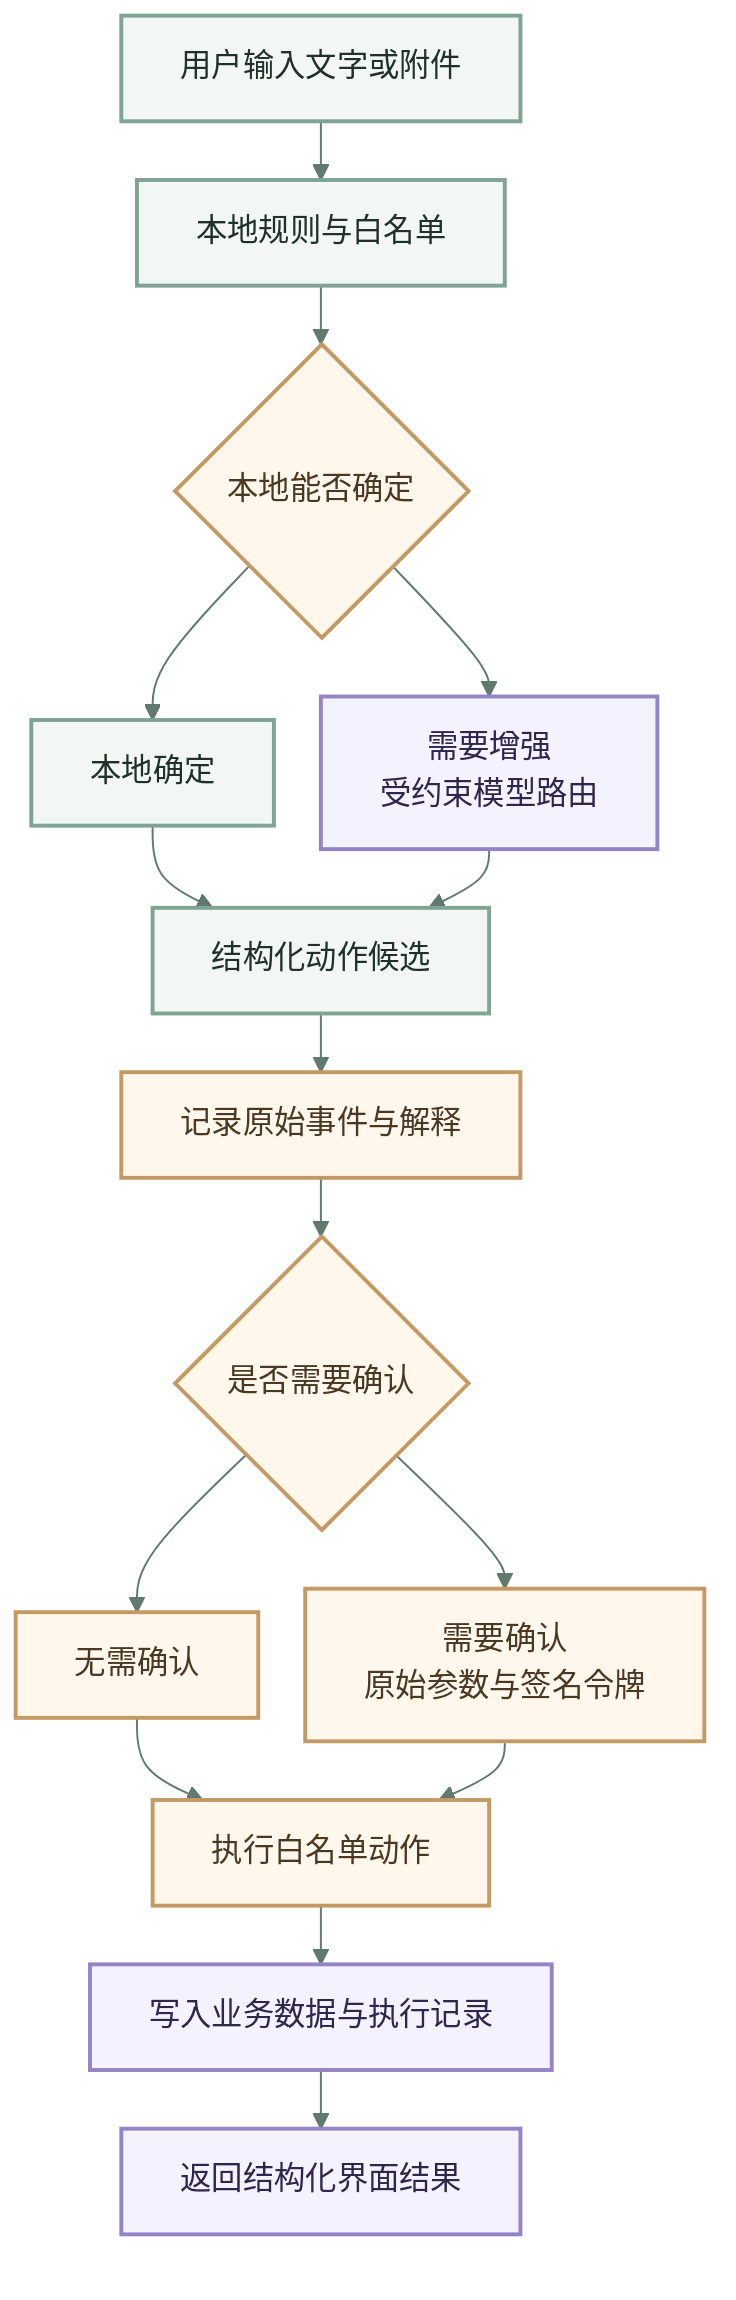
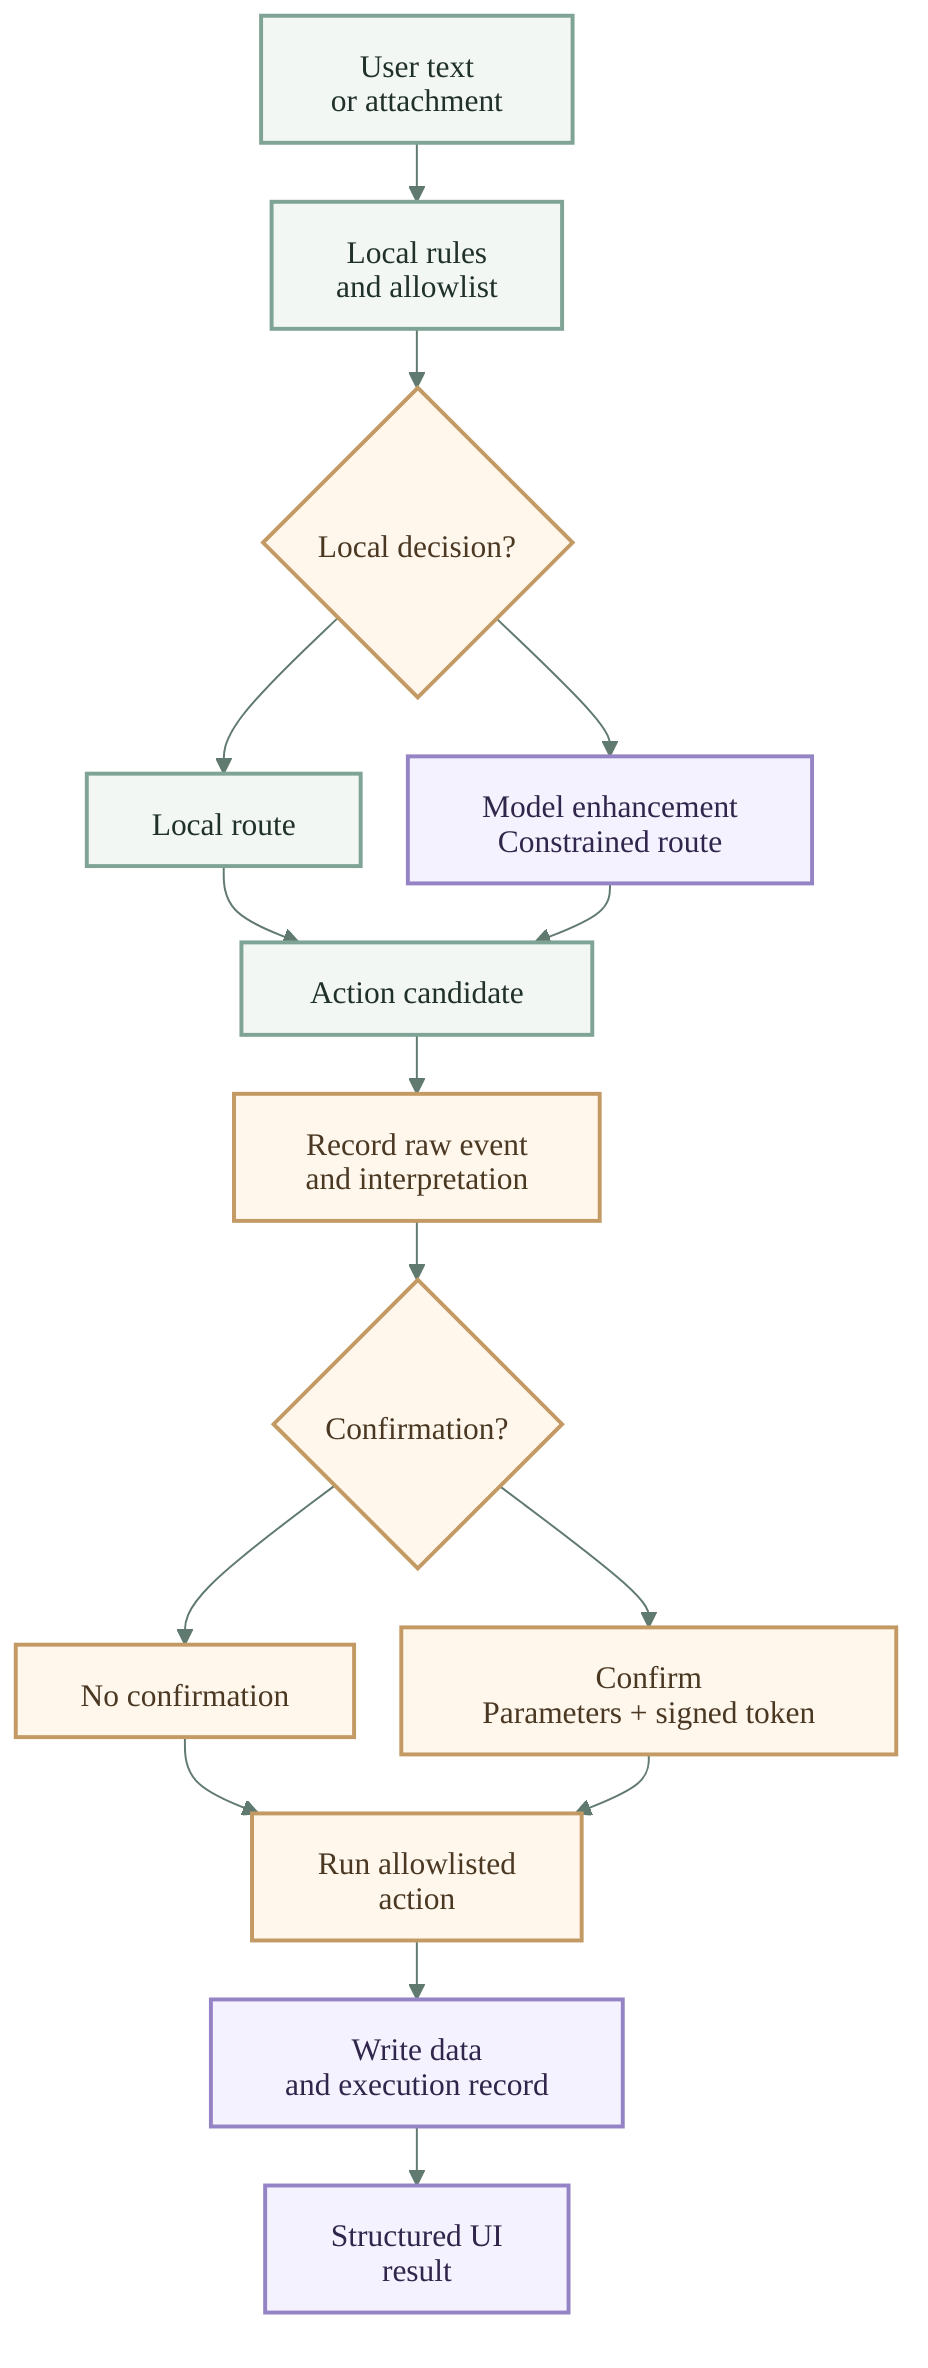
- %%{init: {"theme": "base", "themeVariables": {"fontFamily": "system-ui, sans-serif", "primaryColor": "#F2F7F4", "primaryTextColor": "#20302A", "primaryBorderColor": "#7FA395", "lineColor": "#607A70", "secondaryColor": "#FFF7EC", "tertiaryColor": "#F5F2FF"}, "flowchart": {"curve": "basis", "nodeSpacing": 24, "rankSpacing": 30}}}%%
+ %%{init: {"theme": "base", "htmlLabels": false, "themeVariables": {"fontFamily": "Arial, sans-serif", "primaryColor": "#F2F7F4", "primaryTextColor": "#20302A", "primaryBorderColor": "#7FA395", "lineColor": "#607A70", "secondaryColor": "#FFF7EC", "tertiaryColor": "#F5F2FF"}, "flowchart": {"curve": "basis", "nodeSpacing": 24, "rankSpacing": 30, "htmlLabels": false}}}%%
flowchart TB
-   INPUT["用户输入文字或附件"] --> ROUTE["本地规则与白名单"]
-   ROUTE --> DECIDE{"本地能否确定"}
-   DECIDE --> LOCAL["本地确定"]
-   DECIDE --> MODEL["需要增强<br/>受约束模型路由"]
-   LOCAL --> CANDIDATE["结构化动作候选"]
+   INPUT["User text<br/>or attachment"] --> ROUTE["Local rules<br/>and allowlist"]
+   ROUTE --> DECIDE{"Local decision?"}
+   DECIDE --> LOCAL["Local route"]
+   DECIDE --> MODEL["Model enhancement<br/>Constrained route"]
+   LOCAL --> CANDIDATE["Action candidate"]
  MODEL --> CANDIDATE
-   CANDIDATE --> EVENT["记录原始事件与解释"]
-   EVENT --> GATE{"是否需要确认"}
-   GATE --> DIRECT["无需确认"]
-   GATE --> CONFIRM["需要确认<br/>原始参数与签名令牌"]
-   DIRECT --> RUN["执行白名单动作"]
+   CANDIDATE --> EVENT["Record raw event<br/>and interpretation"]
+   EVENT --> GATE{"Confirmation?"}
+   GATE --> DIRECT["No confirmation"]
+   GATE --> CONFIRM["Confirm<br/>Parameters + signed token"]
+   DIRECT --> RUN["Run allowlisted<br/>action"]
  CONFIRM --> RUN
-   RUN --> DATA["写入业务数据与执行记录"]
-   DATA --> RESULT["返回结构化界面结果"]
+   RUN --> DATA["Write data<br/>and execution record"]
+   DATA --> RESULT["Structured UI<br/>result"]

  classDef input fill:#F2F7F4,stroke:#7FA395,color:#20302A,stroke-width:2px;
  classDef control fill:#FFF7EC,stroke:#C49A64,color:#4A3823,stroke-width:2px;
  classDef result fill:#F5F2FF,stroke:#9584C5,color:#30264B,stroke-width:2px;
  class INPUT,ROUTE,LOCAL,CANDIDATE input;
  class DECIDE,EVENT,GATE,DIRECT,CONFIRM,RUN control;
  class MODEL,DATA,RESULT result;
